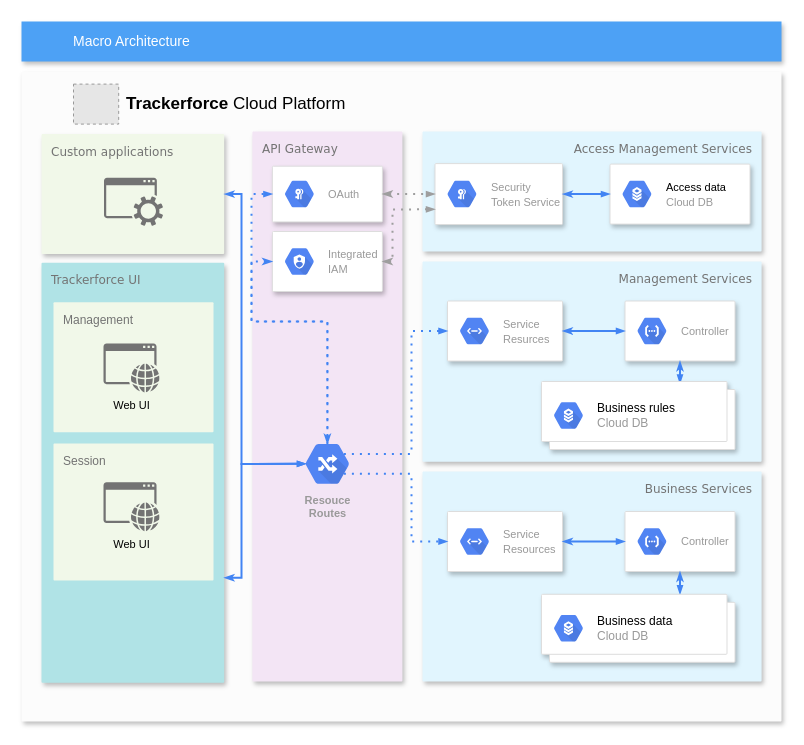
Before: documentation/macro_architecture.drawio in trackerforce/trackerforce-assets, a draw.io diagram. Source tidied: cells renumbered, new cells numbered last; positions are measured from the earlier drawing's top-left corner, leaving out a move shared by most shapes. Both pictures are drawn from the tidied source at 100%, with x=0, y=0 at pixel (21, 21). Pictures stored in the file or linked from it are replaced by grey dashed boxes.
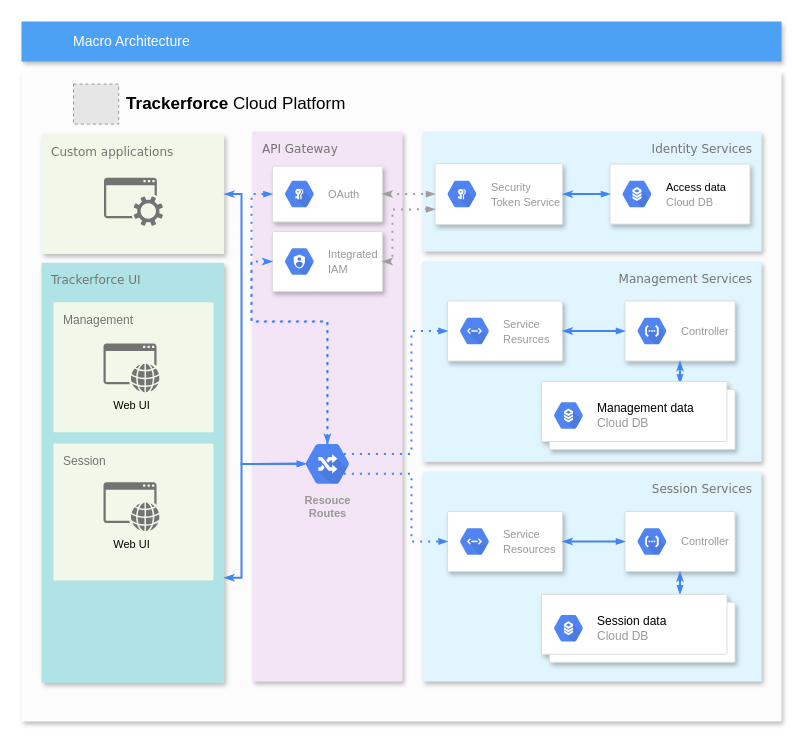
The same page after the edit.

Commit message (it also covers changes not shown here):
Added banner logo - Updated macro doc

The change refers to these unchanged cells:
```xml
<mxCell id="44" style="shape=mxgraph.gcp2.doubleRect;strokeColor=#dddddd;shadow=1;strokeWidth=1;" parent="1" vertex="1">
  <mxGeometry x="520" y="360" width="193.5" height="68" as="geometry" />
</mxCell>
<mxCell id="46" style="shape=mxgraph.gcp2.doubleRect;strokeColor=#dddddd;shadow=1;strokeWidth=1;" parent="1" vertex="1">
  <mxGeometry x="520" y="572.8" width="193.5" height="68" as="geometry" />
</mxCell>
```

The edit, as a diff of the source:
```diff
@@
-    <mxCell id="7" value="&lt;font face=&quot;Verdana&quot; color=&quot;#737373&quot;&gt;Business Services&lt;/font&gt;" style="rounded=1;absoluteArcSize=1;arcSize=2;html=1;strokeColor=none;gradientColor=none;shadow=1;dashed=0;strokeColor=none;fontSize=12;fontColor=#9E9E9E;align=right;verticalAlign=top;spacing=10;spacingTop=-4;fillColor=#E1F5FE;" parent="1" vertex="1">
+    <mxCell id="7" value="&lt;font face=&quot;Verdana&quot; color=&quot;#737373&quot;&gt;Session Services&lt;/font&gt;" style="rounded=1;absoluteArcSize=1;arcSize=2;html=1;strokeColor=none;gradientColor=none;shadow=1;dashed=0;strokeColor=none;fontSize=12;fontColor=#9E9E9E;align=right;verticalAlign=top;spacing=10;spacingTop=-4;fillColor=#E1F5FE;" parent="1" vertex="1">
       <mxGeometry x="401" y="450" width="339.1" height="210" as="geometry" />
     </mxCell>
@@
-    <mxCell id="18" value="&lt;font face=&quot;Verdana&quot; color=&quot;#737373&quot;&gt;Access Management Services&lt;/font&gt;" style="rounded=1;absoluteArcSize=1;arcSize=2;html=1;strokeColor=none;gradientColor=none;shadow=1;dashed=0;strokeColor=none;fontSize=12;fontColor=#9E9E9E;align=right;verticalAlign=top;spacing=10;spacingTop=-4;fillColor=#E1F5FE;" parent="1" vertex="1">
+    <mxCell id="18" value="&lt;font face=&quot;Verdana&quot; color=&quot;#737373&quot;&gt;Identity Services&lt;/font&gt;" style="rounded=1;absoluteArcSize=1;arcSize=2;html=1;strokeColor=none;gradientColor=none;shadow=1;dashed=0;strokeColor=none;fontSize=12;fontColor=#9E9E9E;align=right;verticalAlign=top;spacing=10;spacingTop=-4;fillColor=#E1F5FE;" parent="1" vertex="1">
       <mxGeometry x="401" y="110" width="339.1" height="120" as="geometry" />
     </mxCell>
@@
-    <mxCell id="45" value="&lt;font color=&quot;#000000&quot;&gt;Business rules&lt;/font&gt;&lt;br&gt;Cloud DB" style="dashed=0;html=1;fillColor=#5184F3;strokeColor=none;shape=mxgraph.gcp2.hexIcon;prIcon=cloud_sql;labelPosition=right;verticalLabelPosition=middle;align=left;verticalAlign=middle;spacingLeft=5;fontColor=#999999;fontSize=12;" parent="44" vertex="1">
+    <mxCell id="45" value="&lt;font color=&quot;#000000&quot;&gt;Management data&lt;/font&gt;&lt;br&gt;Cloud DB" style="dashed=0;html=1;fillColor=#5184F3;strokeColor=none;shape=mxgraph.gcp2.hexIcon;prIcon=cloud_sql;labelPosition=right;verticalLabelPosition=middle;align=left;verticalAlign=middle;spacingLeft=5;fontColor=#999999;fontSize=12;" parent="44" vertex="1">
       <mxGeometry y="0.5" width="44" height="39" relative="1" as="geometry">
         <mxPoint x="5" y="-19.5" as="offset" />
       </mxGeometry>
     </mxCell>
@@
-    <mxCell id="47" value="&lt;font color=&quot;#000000&quot;&gt;Business data&lt;/font&gt;&lt;br&gt;Cloud DB" style="dashed=0;html=1;fillColor=#5184F3;strokeColor=none;shape=mxgraph.gcp2.hexIcon;prIcon=cloud_sql;labelPosition=right;verticalLabelPosition=middle;align=left;verticalAlign=middle;spacingLeft=5;fontColor=#999999;fontSize=12;" parent="46" vertex="1">
+    <mxCell id="47" value="&lt;font color=&quot;#000000&quot;&gt;Session data&lt;/font&gt;&lt;br&gt;Cloud DB" style="dashed=0;html=1;fillColor=#5184F3;strokeColor=none;shape=mxgraph.gcp2.hexIcon;prIcon=cloud_sql;labelPosition=right;verticalLabelPosition=middle;align=left;verticalAlign=middle;spacingLeft=5;fontColor=#999999;fontSize=12;" parent="46" vertex="1">
       <mxGeometry y="0.5" width="44" height="39" relative="1" as="geometry">
         <mxPoint x="5" y="-19.5" as="offset" />
       </mxGeometry>
     </mxCell>
```
